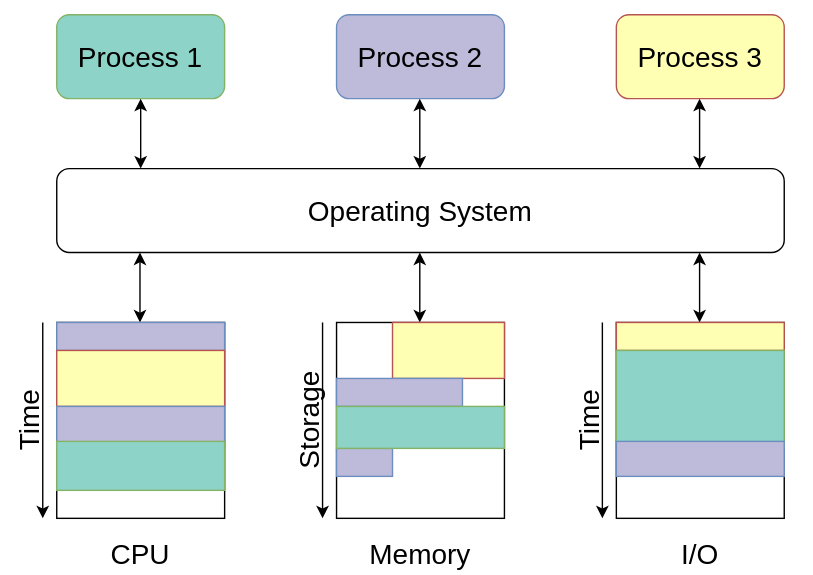
VladNastase/operating-systems keeps this draw.io diagram as content/chapters/compute/lecture/media/scheduling-overview.svg. Above is the earlier version. Source tidied: cells renumbered, new cells last; positions are measured from the earlier drawing's top-left corner, leaving out a move shared by most shapes. The source it was exported from:
```xml
<mxGraphModel background="#ffffff">
  <root>
    <mxCell id="0" />
    <mxCell id="1" parent="0" />
    <mxCell id="2" style="rounded=0;whiteSpace=wrap;html=1;fontSize=20;strokeColor=none;" parent="1" vertex="1">
      <mxGeometry x="10" width="580" height="410" as="geometry" />
    </mxCell>
    <mxCell id="3" value="&lt;font style=&quot;font-size: 20px&quot;&gt;Process 1&lt;/font&gt;" style="rounded=1;whiteSpace=wrap;html=1;fillColor=#8dd3c7;strokeColor=#82b366;" parent="1" vertex="1">
      <mxGeometry x="50" y="10" width="120" height="60" as="geometry" />
    </mxCell>
    <mxCell id="4" value="&lt;font style=&quot;font-size: 20px&quot;&gt;Process 2&lt;/font&gt;" style="rounded=1;whiteSpace=wrap;html=1;fillColor=#bebada;strokeColor=#6c8ebf;" parent="1" vertex="1">
      <mxGeometry x="250" y="10" width="120" height="60" as="geometry" />
    </mxCell>
    <mxCell id="5" value="&lt;font style=&quot;font-size: 20px&quot;&gt;Process 3&lt;/font&gt;" style="rounded=1;whiteSpace=wrap;html=1;fillColor=#ffffb3;strokeColor=#b85450;" parent="1" vertex="1">
      <mxGeometry x="450" y="10" width="120" height="60" as="geometry" />
    </mxCell>
    <mxCell id="6" value="&lt;font style=&quot;font-size: 20px&quot;&gt;Operating System&lt;/font&gt;" style="rounded=1;whiteSpace=wrap;html=1;" parent="1" vertex="1">
      <mxGeometry x="50" y="120" width="520" height="60" as="geometry" />
    </mxCell>
    <mxCell id="7" style="rounded=0;whiteSpace=wrap;html=1;" parent="1" vertex="1">
      <mxGeometry x="50" y="230" width="120" height="140" as="geometry" />
    </mxCell>
    <mxCell id="8" style="rounded=0;whiteSpace=wrap;html=1;" parent="1" vertex="1">
      <mxGeometry x="250" y="230" width="120" height="140" as="geometry" />
    </mxCell>
    <mxCell id="9" style="rounded=0;whiteSpace=wrap;html=1;" parent="1" vertex="1">
      <mxGeometry x="450" y="230" width="120" height="140" as="geometry" />
    </mxCell>
    <mxCell id="10" style="endArrow=classic;startArrow=classic;html=1;rounded=0;entryX=0.5;entryY=1;entryDx=0;entryDy=0;" parent="1" edge="1" target="3">
      <mxGeometry relative="1" as="geometry">
        <mxPoint x="110" y="120" as="sourcePoint" />
      </mxGeometry>
    </mxCell>
    <mxCell id="11" style="endArrow=classic;startArrow=classic;html=1;rounded=0;entryX=0.5;entryY=1;entryDx=0;entryDy=0;" parent="1" edge="1">
      <mxGeometry relative="1" as="geometry">
        <mxPoint x="309.5" y="120" as="sourcePoint" />
        <mxPoint x="309.5" y="70" as="targetPoint" />
      </mxGeometry>
    </mxCell>
    <mxCell id="12" style="endArrow=classic;startArrow=classic;html=1;rounded=0;entryX=0.5;entryY=1;entryDx=0;entryDy=0;" parent="1" edge="1">
      <mxGeometry relative="1" as="geometry">
        <mxPoint x="509.5" y="120" as="sourcePoint" />
        <mxPoint x="509.5" y="70" as="targetPoint" />
      </mxGeometry>
    </mxCell>
    <mxCell id="13" style="endArrow=classic;startArrow=classic;html=1;rounded=0;entryX=0.5;entryY=1;entryDx=0;entryDy=0;" parent="1" edge="1">
      <mxGeometry relative="1" as="geometry">
        <mxPoint x="109.5" y="230" as="sourcePoint" />
        <mxPoint x="109.5" y="180" as="targetPoint" />
      </mxGeometry>
    </mxCell>
    <mxCell id="14" style="endArrow=classic;startArrow=classic;html=1;rounded=0;entryX=0.5;entryY=1;entryDx=0;entryDy=0;" parent="1" edge="1">
      <mxGeometry relative="1" as="geometry">
        <mxPoint x="309.5" y="230" as="sourcePoint" />
        <mxPoint x="309.5" y="180" as="targetPoint" />
      </mxGeometry>
    </mxCell>
    <mxCell id="15" style="endArrow=classic;startArrow=classic;html=1;rounded=0;entryX=0.5;entryY=1;entryDx=0;entryDy=0;" parent="1" edge="1">
      <mxGeometry relative="1" as="geometry">
        <mxPoint x="509.5" y="230" as="sourcePoint" />
        <mxPoint x="509.5" y="180" as="targetPoint" />
      </mxGeometry>
    </mxCell>
    <mxCell id="16" value="CPU" style="text;html=1;strokeColor=none;fillColor=none;align=center;verticalAlign=middle;whiteSpace=wrap;rounded=0;fontSize=20;" parent="1" vertex="1">
      <mxGeometry x="80" y="380" width="60" height="30" as="geometry" />
    </mxCell>
    <mxCell id="17" value="Memory" style="text;html=1;strokeColor=none;fillColor=none;align=center;verticalAlign=middle;whiteSpace=wrap;rounded=0;fontSize=20;" parent="1" vertex="1">
      <mxGeometry x="275" y="380" width="70" height="30" as="geometry" />
    </mxCell>
    <mxCell id="18" value="I/O" style="text;html=1;strokeColor=none;fillColor=none;align=center;verticalAlign=middle;whiteSpace=wrap;rounded=0;fontSize=20;" parent="1" vertex="1">
      <mxGeometry x="480" y="380" width="60" height="30" as="geometry" />
    </mxCell>
    <mxCell id="19" style="endArrow=classic;html=1;rounded=0;fontSize=20;" parent="1" edge="1">
      <mxGeometry relative="1" as="geometry">
        <mxPoint x="40" y="230" as="sourcePoint" />
        <mxPoint x="40" y="370" as="targetPoint" />
      </mxGeometry>
    </mxCell>
    <mxCell id="20" value="Time" style="text;html=1;strokeColor=none;fillColor=none;align=center;verticalAlign=middle;whiteSpace=wrap;rounded=0;fontSize=20;rotation=-90;" parent="1" vertex="1">
      <mxGeometry y="285" width="60" height="30" as="geometry" />
    </mxCell>
    <mxCell id="21" style="rounded=0;whiteSpace=wrap;html=1;fontSize=20;strokeColor=#6c8ebf;fillColor=#bebada;" parent="1" vertex="1">
      <mxGeometry x="50" y="230" width="120" height="20" as="geometry" />
    </mxCell>
    <mxCell id="22" style="rounded=0;whiteSpace=wrap;html=1;fontSize=20;strokeColor=#b85450;fillColor=#ffffb3;" parent="1" vertex="1">
      <mxGeometry x="50" y="250" width="120" height="40" as="geometry" />
    </mxCell>
    <mxCell id="23" style="rounded=0;whiteSpace=wrap;html=1;fontSize=20;strokeColor=#6c8ebf;fillColor=#bebada;" parent="1" vertex="1">
      <mxGeometry x="50" y="290" width="120" height="30" as="geometry" />
    </mxCell>
    <mxCell id="24" style="rounded=0;whiteSpace=wrap;html=1;fontSize=20;strokeColor=#82b366;fillColor=#8dd3c7;" parent="1" vertex="1">
      <mxGeometry x="50" y="315" width="120" height="35" as="geometry" />
    </mxCell>
    <mxCell id="25" style="rounded=0;whiteSpace=wrap;html=1;fontSize=20;strokeColor=#b85450;fillColor=#ffffb3;" parent="1" vertex="1">
      <mxGeometry x="450" y="230" width="120" height="20" as="geometry" />
    </mxCell>
    <mxCell id="26" style="rounded=0;whiteSpace=wrap;html=1;fontSize=20;strokeColor=#82b366;fillColor=#8dd3c7;" parent="1" vertex="1">
      <mxGeometry x="450" y="250" width="120" height="70" as="geometry" />
    </mxCell>
    <mxCell id="27" style="rounded=0;whiteSpace=wrap;html=1;fontSize=20;strokeColor=#6c8ebf;fillColor=#bebada;" parent="1" vertex="1">
      <mxGeometry x="450" y="315" width="120" height="25" as="geometry" />
    </mxCell>
    <mxCell id="28" style="endArrow=classic;html=1;rounded=0;fontSize=20;" parent="1" edge="1">
      <mxGeometry relative="1" as="geometry">
        <mxPoint x="440" y="230" as="sourcePoint" />
        <mxPoint x="440" y="370" as="targetPoint" />
      </mxGeometry>
    </mxCell>
    <mxCell id="29" value="Time" style="text;html=1;strokeColor=none;fillColor=none;align=center;verticalAlign=middle;whiteSpace=wrap;rounded=0;fontSize=20;rotation=-90;" parent="1" vertex="1">
      <mxGeometry x="400" y="285" width="60" height="30" as="geometry" />
    </mxCell>
    <mxCell id="30" style="endArrow=classic;html=1;rounded=0;fontSize=20;" parent="1" edge="1">
      <mxGeometry relative="1" as="geometry">
        <mxPoint x="240" y="230" as="sourcePoint" />
        <mxPoint x="240" y="370" as="targetPoint" />
      </mxGeometry>
    </mxCell>
    <mxCell id="31" value="&lt;div&gt;Storage&lt;/div&gt;" style="text;html=1;strokeColor=none;fillColor=none;align=center;verticalAlign=middle;whiteSpace=wrap;rounded=0;fontSize=20;rotation=-90;" parent="1" vertex="1">
      <mxGeometry x="200" y="285" width="60" height="30" as="geometry" />
    </mxCell>
    <mxCell id="32" style="rounded=0;whiteSpace=wrap;html=1;fontSize=20;strokeColor=#b85450;fillColor=#ffffb3;" parent="1" vertex="1">
      <mxGeometry x="290" y="230" width="80" height="40" as="geometry" />
    </mxCell>
    <mxCell id="33" style="rounded=0;whiteSpace=wrap;html=1;fontSize=20;strokeColor=#6c8ebf;fillColor=#bebada;" parent="1" vertex="1">
      <mxGeometry x="250" y="270" width="90" height="20" as="geometry" />
    </mxCell>
    <mxCell id="34" style="rounded=0;whiteSpace=wrap;html=1;fontSize=20;strokeColor=#6c8ebf;fillColor=#bebada;" parent="1" vertex="1">
      <mxGeometry x="250" y="320" width="40" height="20" as="geometry" />
    </mxCell>
    <mxCell id="35" style="rounded=0;whiteSpace=wrap;html=1;fontSize=20;strokeColor=#82b366;fillColor=#8dd3c7;" parent="1" vertex="1">
      <mxGeometry x="250" y="290" width="120" height="30" as="geometry" />
    </mxCell>
  </root>
</mxGraphModel>
```
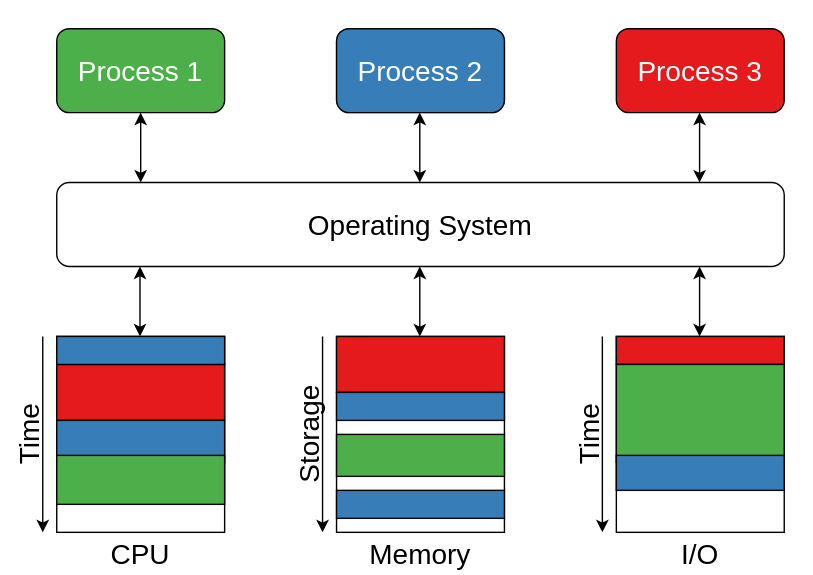
After the commit.

Diff of the diagram source:
```diff
@@ -2,16 +2,16 @@
   <root>
     <mxCell id="0" />
     <mxCell id="1" parent="0" />
-    <mxCell id="2" style="rounded=0;whiteSpace=wrap;html=1;fontSize=20;strokeColor=none;" parent="1" vertex="1">
-      <mxGeometry x="10" width="580" height="410" as="geometry" />
-    </mxCell>
+    <mxCell id="36" style="rounded=1;whiteSpace=wrap;html=1;strokeColor=none;" parent="1" vertex="1">
+      <mxGeometry x="10" y="-10" width="580" height="410" as="geometry" />
+    </mxCell>
-    <mxCell id="3" value="&lt;font style=&quot;font-size: 20px&quot;&gt;Process 1&lt;/font&gt;" style="rounded=1;whiteSpace=wrap;html=1;fillColor=#8dd3c7;strokeColor=#82b366;" parent="1" vertex="1">
+    <mxCell id="3" value="&lt;font style=&quot;font-size: 20px&quot;&gt;Process 1&lt;/font&gt;" style="rounded=1;whiteSpace=wrap;html=1;fillColor=#4daf4a;strokeColor=#000000;fontColor=#FFFFFF;" parent="1" vertex="1">
       <mxGeometry x="50" y="10" width="120" height="60" as="geometry" />
     </mxCell>
     <mxCell id="4" value="&lt;font style=&quot;font-size: 20px&quot;&gt;Process 2&lt;/font&gt;" style="rounded=1;whiteSpace=wrap;html=1;fillColor=#bebada;strokeColor=#6c8ebf;" parent="1" vertex="1">
       <mxGeometry x="250" y="10" width="120" height="60" as="geometry" />
     </mxCell>
-    <mxCell id="5" value="&lt;font style=&quot;font-size: 20px&quot;&gt;Process 3&lt;/font&gt;" style="rounded=1;whiteSpace=wrap;html=1;fillColor=#ffffb3;strokeColor=#b85450;" parent="1" vertex="1">
+    <mxCell id="5" value="&lt;font style=&quot;font-size: 20px&quot;&gt;Process 3&lt;/font&gt;" style="rounded=1;whiteSpace=wrap;html=1;fillColor=#e41a1c;strokeColor=#000000;fontColor=#FFFFFF;" parent="1" vertex="1">
       <mxGeometry x="450" y="10" width="120" height="60" as="geometry" />
     </mxCell>
     <mxCell id="6" value="&lt;font style=&quot;font-size: 20px&quot;&gt;Operating System&lt;/font&gt;" style="rounded=1;whiteSpace=wrap;html=1;" parent="1" vertex="1">
@@ -62,13 +62,13 @@
       </mxGeometry>
     </mxCell>
     <mxCell id="16" value="CPU" style="text;html=1;strokeColor=none;fillColor=none;align=center;verticalAlign=middle;whiteSpace=wrap;rounded=0;fontSize=20;" parent="1" vertex="1">
-      <mxGeometry x="80" y="380" width="60" height="30" as="geometry" />
+      <mxGeometry x="80" y="370" width="60" height="30" as="geometry" />
     </mxCell>
     <mxCell id="17" value="Memory" style="text;html=1;strokeColor=none;fillColor=none;align=center;verticalAlign=middle;whiteSpace=wrap;rounded=0;fontSize=20;" parent="1" vertex="1">
-      <mxGeometry x="275" y="380" width="70" height="30" as="geometry" />
+      <mxGeometry x="275" y="370" width="70" height="30" as="geometry" />
     </mxCell>
     <mxCell id="18" value="I/O" style="text;html=1;strokeColor=none;fillColor=none;align=center;verticalAlign=middle;whiteSpace=wrap;rounded=0;fontSize=20;" parent="1" vertex="1">
-      <mxGeometry x="480" y="380" width="60" height="30" as="geometry" />
+      <mxGeometry x="480" y="370" width="60" height="30" as="geometry" />
     </mxCell>
     <mxCell id="19" style="endArrow=classic;html=1;rounded=0;fontSize=20;" parent="1" edge="1">
       <mxGeometry relative="1" as="geometry">
@@ -82,22 +82,22 @@
     <mxCell id="21" style="rounded=0;whiteSpace=wrap;html=1;fontSize=20;strokeColor=#6c8ebf;fillColor=#bebada;" parent="1" vertex="1">
       <mxGeometry x="50" y="230" width="120" height="20" as="geometry" />
     </mxCell>
-    <mxCell id="22" style="rounded=0;whiteSpace=wrap;html=1;fontSize=20;strokeColor=#b85450;fillColor=#ffffb3;" parent="1" vertex="1">
+    <mxCell id="22" style="rounded=0;whiteSpace=wrap;html=1;fontSize=20;strokeColor=#000000;fillColor=#e41a1c;" parent="1" vertex="1">
       <mxGeometry x="50" y="250" width="120" height="40" as="geometry" />
     </mxCell>
-    <mxCell id="23" style="rounded=0;whiteSpace=wrap;html=1;fontSize=20;strokeColor=#6c8ebf;fillColor=#bebada;" parent="1" vertex="1">
+    <mxCell id="23" style="rounded=0;whiteSpace=wrap;html=1;fontSize=20;strokeColor=#000000;fillColor=#377EB8;" parent="1" vertex="1">
       <mxGeometry x="50" y="290" width="120" height="30" as="geometry" />
     </mxCell>
-    <mxCell id="24" style="rounded=0;whiteSpace=wrap;html=1;fontSize=20;strokeColor=#82b366;fillColor=#8dd3c7;" parent="1" vertex="1">
+    <mxCell id="24" style="rounded=0;whiteSpace=wrap;html=1;fontSize=20;strokeColor=#000000;fillColor=#4daf4a;" parent="1" vertex="1">
       <mxGeometry x="50" y="315" width="120" height="35" as="geometry" />
     </mxCell>
-    <mxCell id="25" style="rounded=0;whiteSpace=wrap;html=1;fontSize=20;strokeColor=#b85450;fillColor=#ffffb3;" parent="1" vertex="1">
+    <mxCell id="25" style="rounded=0;whiteSpace=wrap;html=1;fontSize=20;strokeColor=#000000;fillColor=#e41a1c;" parent="1" vertex="1">
       <mxGeometry x="450" y="230" width="120" height="20" as="geometry" />
     </mxCell>
-    <mxCell id="26" style="rounded=0;whiteSpace=wrap;html=1;fontSize=20;strokeColor=#82b366;fillColor=#8dd3c7;" parent="1" vertex="1">
+    <mxCell id="26" style="rounded=0;whiteSpace=wrap;html=1;fontSize=20;strokeColor=#000000;fillColor=#4daf4a;" parent="1" vertex="1">
       <mxGeometry x="450" y="250" width="120" height="70" as="geometry" />
     </mxCell>
-    <mxCell id="27" style="rounded=0;whiteSpace=wrap;html=1;fontSize=20;strokeColor=#6c8ebf;fillColor=#bebada;" parent="1" vertex="1">
+    <mxCell id="27" style="rounded=0;whiteSpace=wrap;html=1;fontSize=20;strokeColor=#000000;fillColor=#377eb8;" parent="1" vertex="1">
       <mxGeometry x="450" y="315" width="120" height="25" as="geometry" />
     </mxCell>
     <mxCell id="28" style="endArrow=classic;html=1;rounded=0;fontSize=20;" parent="1" edge="1">
@@ -118,17 +118,23 @@
     <mxCell id="31" value="&lt;div&gt;Storage&lt;/div&gt;" style="text;html=1;strokeColor=none;fillColor=none;align=center;verticalAlign=middle;whiteSpace=wrap;rounded=0;fontSize=20;rotation=-90;" parent="1" vertex="1">
       <mxGeometry x="200" y="285" width="60" height="30" as="geometry" />
     </mxCell>
-    <mxCell id="32" style="rounded=0;whiteSpace=wrap;html=1;fontSize=20;strokeColor=#b85450;fillColor=#ffffb3;" parent="1" vertex="1">
-      <mxGeometry x="290" y="230" width="80" height="40" as="geometry" />
+    <mxCell id="32" style="rounded=0;whiteSpace=wrap;html=1;fontSize=20;strokeColor=#000000;fillColor=#e41a1c;" parent="1" vertex="1">
+      <mxGeometry x="250" y="230" width="120" height="40" as="geometry" />
     </mxCell>
-    <mxCell id="33" style="rounded=0;whiteSpace=wrap;html=1;fontSize=20;strokeColor=#6c8ebf;fillColor=#bebada;" parent="1" vertex="1">
-      <mxGeometry x="250" y="270" width="90" height="20" as="geometry" />
+    <mxCell id="33" style="rounded=0;whiteSpace=wrap;html=1;fontSize=20;strokeColor=#000000;fillColor=#377eb8;" parent="1" vertex="1">
+      <mxGeometry x="250" y="270" width="120" height="20" as="geometry" />
     </mxCell>
-    <mxCell id="34" style="rounded=0;whiteSpace=wrap;html=1;fontSize=20;strokeColor=#6c8ebf;fillColor=#bebada;" parent="1" vertex="1">
-      <mxGeometry x="250" y="320" width="40" height="20" as="geometry" />
+    <mxCell id="34" style="rounded=0;whiteSpace=wrap;html=1;fontSize=20;strokeColor=#000000;fillColor=#377eb8;" parent="1" vertex="1">
+      <mxGeometry x="250" y="340" width="120" height="20" as="geometry" />
     </mxCell>
-    <mxCell id="35" style="rounded=0;whiteSpace=wrap;html=1;fontSize=20;strokeColor=#82b366;fillColor=#8dd3c7;" parent="1" vertex="1">
-      <mxGeometry x="250" y="290" width="120" height="30" as="geometry" />
+    <mxCell id="35" style="rounded=0;whiteSpace=wrap;html=1;fontSize=20;strokeColor=#000000;fillColor=#4daf4a;" parent="1" vertex="1">
+      <mxGeometry x="250" y="300" width="120" height="30" as="geometry" />
     </mxCell>
+    <mxCell id="37" value="&lt;font style=&quot;font-size: 20px&quot;&gt;Process 2&lt;/font&gt;" style="rounded=1;whiteSpace=wrap;html=1;fillColor=#377eb8;strokeColor=#000000;fontColor=#FFFFFF;" parent="1" vertex="1">
+      <mxGeometry x="250" y="10" width="120" height="60" as="geometry" />
+    </mxCell>
+    <mxCell id="38" style="rounded=0;whiteSpace=wrap;html=1;fontSize=20;strokeColor=#000000;fillColor=#377eb8;" parent="1" vertex="1">
+      <mxGeometry x="50" y="230" width="120" height="20" as="geometry" />
+    </mxCell>
   </root>
 </mxGraphModel>
```
